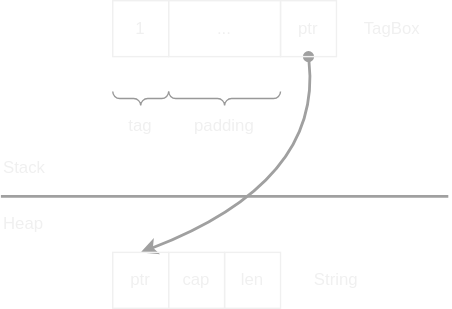
Before: docs/rust/memory_layout/images/box_enum.drawio.svg, a diagram exported from draw.io (htgithub194/self-study). Source tidied: cells renumbered, new cells last; positions are measured from the earlier drawing's top-left corner, leaving out a move shared by most shapes. Its diagram source:
```xml
<mxGraphModel>
  <root>
    <mxCell id="0" />
    <mxCell id="1" parent="0" />
    <mxCell id="2" value="1" style="rounded=0;whiteSpace=wrap;html=1;flipH=1;flipV=1;fillColor=none;fontColor=#F0F0F0;strokeColor=#F0F0F0;" parent="1" vertex="1">
      <mxGeometry x="80" width="40" height="40" as="geometry" />
    </mxCell>
    <mxCell id="3" value="..." style="rounded=0;whiteSpace=wrap;html=1;flipH=1;flipV=1;fillColor=none;fontColor=#F0F0F0;strokeColor=#F0F0F0;" parent="1" vertex="1">
      <mxGeometry x="120" width="80" height="40" as="geometry" />
    </mxCell>
    <mxCell id="4" style="edgeStyle=none;curved=1;html=1;exitX=0.5;exitY=1;exitDx=0;exitDy=0;entryX=0.5;entryY=0;entryDx=0;entryDy=0;strokeColor=#A0A0A0;strokeWidth=2;startArrow=oval;startFill=1;targetPerimeterSpacing=10;fontColor=#F0F0F0;" parent="1" edge="1" source="5" target="14">
      <mxGeometry relative="1" as="geometry">
        <Array as="points">
          <mxPoint x="230" y="130" />
        </Array>
      </mxGeometry>
    </mxCell>
    <mxCell id="5" value="ptr" style="rounded=0;whiteSpace=wrap;html=1;flipH=1;flipV=1;fillColor=none;fontColor=#F0F0F0;strokeColor=#F0F0F0;" parent="1" vertex="1">
      <mxGeometry x="200" width="40" height="40" as="geometry" />
    </mxCell>
    <mxCell id="6" style="verticalLabelPosition=bottom;shadow=0;dashed=0;align=center;html=1;verticalAlign=top;strokeWidth=1;shape=mxgraph.mockup.markup.curlyBrace;strokeColor=#999999;rotation=-180;fontColor=#F0F0F0;" parent="1" vertex="1">
      <mxGeometry x="80" y="60" width="40" height="20" as="geometry" />
    </mxCell>
    <mxCell id="7" style="verticalLabelPosition=bottom;shadow=0;dashed=0;align=center;html=1;verticalAlign=top;strokeWidth=1;shape=mxgraph.mockup.markup.curlyBrace;strokeColor=#999999;rotation=-180;fontColor=#F0F0F0;" parent="1" vertex="1">
      <mxGeometry x="120" y="65" width="80" height="10" as="geometry" />
    </mxCell>
    <mxCell id="8" value="tag" style="text;html=1;strokeColor=none;fillColor=none;align=center;verticalAlign=middle;whiteSpace=wrap;rounded=0;fontColor=#F0F0F0;" parent="1" vertex="1">
      <mxGeometry x="80" y="80" width="40" height="20" as="geometry" />
    </mxCell>
    <mxCell id="9" value="padding" style="text;html=1;strokeColor=none;fillColor=none;align=center;verticalAlign=middle;whiteSpace=wrap;rounded=0;fontColor=#F0F0F0;" parent="1" vertex="1">
      <mxGeometry x="120" y="80" width="80" height="20" as="geometry" />
    </mxCell>
    <mxCell id="10" value="TagBox" style="text;html=1;strokeColor=none;fillColor=none;align=center;verticalAlign=middle;whiteSpace=wrap;rounded=0;fontColor=#F0F0F0;" parent="1" vertex="1">
      <mxGeometry x="240" y="10" width="80" height="20" as="geometry" />
    </mxCell>
    <mxCell id="11" style="endArrow=none;html=1;strokeColor=#A0A0A0;strokeWidth=2;fontColor=#F0F0F0;" parent="1" edge="1">
      <mxGeometry relative="1" as="geometry">
        <mxPoint y="140" as="sourcePoint" />
        <mxPoint x="320" y="140" as="targetPoint" />
      </mxGeometry>
    </mxCell>
    <mxCell id="12" value="Heap" style="text;html=1;strokeColor=none;fillColor=none;align=left;verticalAlign=middle;whiteSpace=wrap;rounded=0;fontColor=#F0F0F0;" parent="1" vertex="1">
      <mxGeometry y="140" width="80" height="40" as="geometry" />
    </mxCell>
    <mxCell id="13" value="Stack" style="text;html=1;strokeColor=none;fillColor=none;align=left;verticalAlign=middle;whiteSpace=wrap;rounded=0;fontColor=#F0F0F0;" parent="1" vertex="1">
      <mxGeometry y="100" width="80" height="40" as="geometry" />
    </mxCell>
    <mxCell id="14" value="ptr" style="rounded=0;whiteSpace=wrap;html=1;flipH=1;flipV=1;fillColor=none;fontColor=#F0F0F0;strokeColor=#F0F0F0;" parent="1" vertex="1">
      <mxGeometry x="80" y="180" width="40" height="40" as="geometry" />
    </mxCell>
    <mxCell id="15" value="cap" style="rounded=0;whiteSpace=wrap;html=1;flipH=1;flipV=1;fillColor=none;fontColor=#F0F0F0;strokeColor=#F0F0F0;" parent="1" vertex="1">
      <mxGeometry x="120" y="180" width="40" height="40" as="geometry" />
    </mxCell>
    <mxCell id="16" value="len" style="rounded=0;whiteSpace=wrap;html=1;flipH=1;flipV=1;fillColor=none;fontColor=#F0F0F0;strokeColor=#F0F0F0;" parent="1" vertex="1">
      <mxGeometry x="160" y="180" width="40" height="40" as="geometry" />
    </mxCell>
    <mxCell id="17" value="String" style="text;html=1;strokeColor=none;fillColor=none;align=center;verticalAlign=middle;whiteSpace=wrap;rounded=0;fontColor=#F0F0F0;" parent="1" vertex="1">
      <mxGeometry x="200" y="190" width="80" height="20" as="geometry" />
    </mxCell>
  </root>
</mxGraphModel>
```
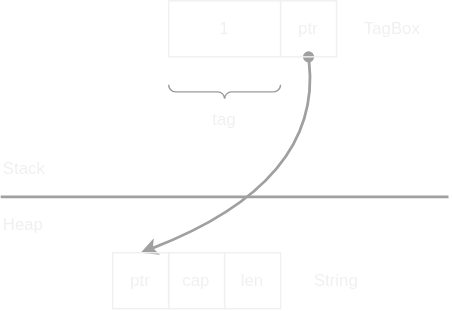
Later version of the same file.

Change to the diagram source:
```diff
@@ -3,11 +3,8 @@
     <mxCell id="0" />
     <mxCell id="1" parent="0" />
     <mxCell id="2" value="1" style="rounded=0;whiteSpace=wrap;html=1;flipH=1;flipV=1;fillColor=none;fontColor=#F0F0F0;strokeColor=#F0F0F0;" parent="1" vertex="1">
-      <mxGeometry x="80" width="40" height="40" as="geometry" />
+      <mxGeometry x="120" width="80" height="40" as="geometry" />
     </mxCell>
-    <mxCell id="3" value="..." style="rounded=0;whiteSpace=wrap;html=1;flipH=1;flipV=1;fillColor=none;fontColor=#F0F0F0;strokeColor=#F0F0F0;" parent="1" vertex="1">
-      <mxGeometry x="120" width="80" height="40" as="geometry" />
-    </mxCell>
     <mxCell id="4" style="edgeStyle=none;curved=1;html=1;exitX=0.5;exitY=1;exitDx=0;exitDy=0;entryX=0.5;entryY=0;entryDx=0;entryDy=0;strokeColor=#A0A0A0;strokeWidth=2;startArrow=oval;startFill=1;targetPerimeterSpacing=10;fontColor=#F0F0F0;" parent="1" edge="1" source="5" target="14">
       <mxGeometry relative="1" as="geometry">
         <Array as="points">
@@ -18,17 +15,11 @@
     <mxCell id="5" value="ptr" style="rounded=0;whiteSpace=wrap;html=1;flipH=1;flipV=1;fillColor=none;fontColor=#F0F0F0;strokeColor=#F0F0F0;" parent="1" vertex="1">
       <mxGeometry x="200" width="40" height="40" as="geometry" />
     </mxCell>
-    <mxCell id="6" style="verticalLabelPosition=bottom;shadow=0;dashed=0;align=center;html=1;verticalAlign=top;strokeWidth=1;shape=mxgraph.mockup.markup.curlyBrace;strokeColor=#999999;rotation=-180;fontColor=#F0F0F0;" parent="1" vertex="1">
-      <mxGeometry x="80" y="60" width="40" height="20" as="geometry" />
-    </mxCell>
     <mxCell id="7" style="verticalLabelPosition=bottom;shadow=0;dashed=0;align=center;html=1;verticalAlign=top;strokeWidth=1;shape=mxgraph.mockup.markup.curlyBrace;strokeColor=#999999;rotation=-180;fontColor=#F0F0F0;" parent="1" vertex="1">
-      <mxGeometry x="120" y="65" width="80" height="10" as="geometry" />
+      <mxGeometry x="120" y="60" width="80" height="10" as="geometry" />
     </mxCell>
-    <mxCell id="8" value="tag" style="text;html=1;strokeColor=none;fillColor=none;align=center;verticalAlign=middle;whiteSpace=wrap;rounded=0;fontColor=#F0F0F0;" parent="1" vertex="1">
-      <mxGeometry x="80" y="80" width="40" height="20" as="geometry" />
-    </mxCell>
-    <mxCell id="9" value="padding" style="text;html=1;strokeColor=none;fillColor=none;align=center;verticalAlign=middle;whiteSpace=wrap;rounded=0;fontColor=#F0F0F0;" parent="1" vertex="1">
-      <mxGeometry x="120" y="80" width="80" height="20" as="geometry" />
+    <mxCell id="9" value="tag" style="text;html=1;strokeColor=none;fillColor=none;align=center;verticalAlign=middle;whiteSpace=wrap;rounded=0;fontColor=#F0F0F0;" parent="1" vertex="1">
+      <mxGeometry x="120" y="75" width="80" height="20" as="geometry" />
     </mxCell>
     <mxCell id="10" value="TagBox" style="text;html=1;strokeColor=none;fillColor=none;align=center;verticalAlign=middle;whiteSpace=wrap;rounded=0;fontColor=#F0F0F0;" parent="1" vertex="1">
       <mxGeometry x="240" y="10" width="80" height="20" as="geometry" />
```
